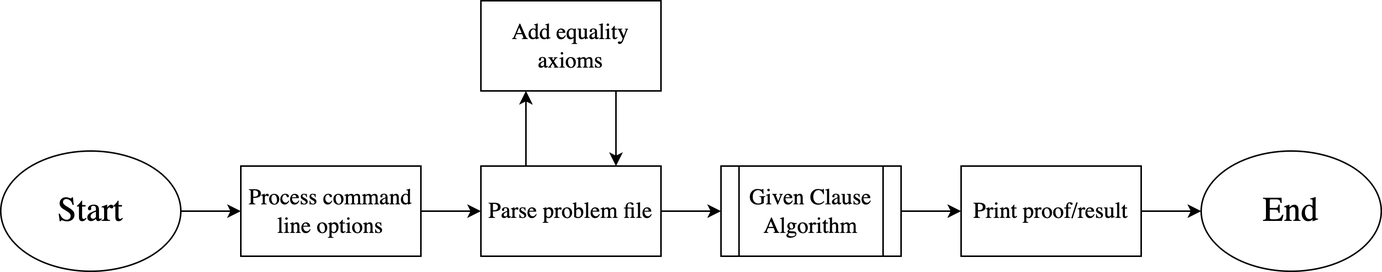
Above: papers/coursework/assets/pyres_pipeline.drawio.png in GehriJan/coursework-pyres (draw.io), before the change. Source tidied: cells renumbered, new cells last; positions are measured from the earlier drawing's top-left corner, leaving out a move shared by most shapes.
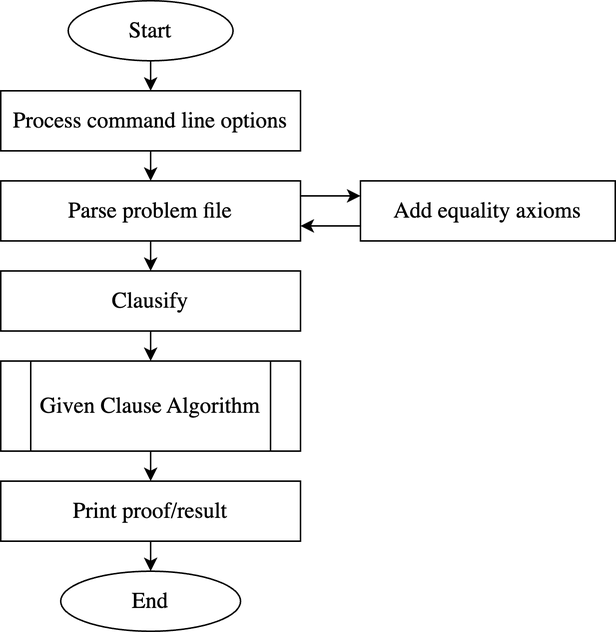
After the change.

Diff of the diagram source:
```diff
@@ -2,47 +2,53 @@
   <root>
     <mxCell id="0" />
     <mxCell id="1" parent="0" />
-    <mxCell id="2" style="edgeStyle=none;html=1;exitX=0.25;exitY=0;exitDx=0;exitDy=0;entryX=0.25;entryY=1;entryDx=0;entryDy=0;fontSize=15;" parent="1" edge="1" source="4" target="8">
+    <mxCell id="2" style="edgeStyle=none;html=1;exitX=1;exitY=0.25;exitDx=0;exitDy=0;entryX=0;entryY=0.25;entryDx=0;entryDy=0;" parent="1" edge="1" source="4" target="8">
       <mxGeometry relative="1" as="geometry" />
     </mxCell>
-    <mxCell id="3" style="edgeStyle=none;html=1;exitX=1;exitY=0.5;exitDx=0;exitDy=0;entryX=0;entryY=0.5;entryDx=0;entryDy=0;fontSize=15;" parent="1" edge="1" source="4" target="10">
-      <mxGeometry relative="1" as="geometry" />
-    </mxCell>
+    <mxCell id="16" style="edgeStyle=none;html=1;exitX=0.5;exitY=1;exitDx=0;exitDy=0;entryX=0.5;entryY=0;entryDx=0;entryDy=0;" parent="1" edge="1" source="4" target="18">
+      <mxGeometry relative="1" as="geometry" />
+    </mxCell>
     <mxCell id="4" value="&lt;font face=&quot;New Computer Modern&quot;&gt;Parse problem file&lt;/font&gt;" style="rounded=0;whiteSpace=wrap;html=1;fontSize=15;" parent="1" vertex="1">
-      <mxGeometry x="320" y="110" width="120" height="60" as="geometry" />
+      <mxGeometry x="120" y="60" width="200" height="40" as="geometry" />
     </mxCell>
-    <mxCell id="5" style="edgeStyle=none;html=1;exitX=1;exitY=0.5;exitDx=0;exitDy=0;entryX=0;entryY=0.5;entryDx=0;entryDy=0;" parent="1" edge="1" source="6" target="15">
+    <mxCell id="5" style="edgeStyle=none;html=1;exitX=0.5;exitY=1;exitDx=0;exitDy=0;entryX=0.5;entryY=0;entryDx=0;entryDy=0;" parent="1" edge="1" source="6" target="15">
       <mxGeometry relative="1" as="geometry" />
     </mxCell>
-    <mxCell id="6" value="&lt;font face=&quot;New Computer Modern&quot;&gt;Start&lt;/font&gt;" style="ellipse;whiteSpace=wrap;html=1;fontSize=23;" parent="1" vertex="1">
-      <mxGeometry y="100" width="120" height="80" as="geometry" />
+    <mxCell id="6" value="&lt;font face=&quot;New Computer Modern&quot;&gt;Start&lt;/font&gt;" style="ellipse;whiteSpace=wrap;html=1;fontSize=15;" parent="1" vertex="1">
+      <mxGeometry x="165" y="-60" width="110" height="40" as="geometry" />
     </mxCell>
-    <mxCell id="7" style="edgeStyle=none;html=1;exitX=0.75;exitY=1;exitDx=0;exitDy=0;entryX=0.75;entryY=0;entryDx=0;entryDy=0;fontSize=15;" parent="1" edge="1" source="8" target="4">
+    <mxCell id="7" style="edgeStyle=none;html=1;exitX=0;exitY=0.75;exitDx=0;exitDy=0;entryX=1;entryY=0.75;entryDx=0;entryDy=0;" parent="1" edge="1" source="8" target="4">
       <mxGeometry relative="1" as="geometry" />
     </mxCell>
     <mxCell id="8" value="&lt;font face=&quot;New Computer Modern&quot;&gt;Add equality axioms&lt;/font&gt;" style="rounded=0;whiteSpace=wrap;html=1;fontSize=15;" parent="1" vertex="1">
-      <mxGeometry x="320" width="120" height="60" as="geometry" />
+      <mxGeometry x="360" y="60" width="170" height="40" as="geometry" />
     </mxCell>
-    <mxCell id="9" style="edgeStyle=none;html=1;exitX=1;exitY=0.5;exitDx=0;exitDy=0;entryX=0;entryY=0.5;entryDx=0;entryDy=0;fontSize=15;" parent="1" edge="1" source="10" target="12">
+    <mxCell id="9" style="edgeStyle=none;html=1;exitX=0.5;exitY=1;exitDx=0;exitDy=0;entryX=0.5;entryY=0;entryDx=0;entryDy=0;" parent="1" edge="1" source="10" target="12">
       <mxGeometry relative="1" as="geometry" />
     </mxCell>
     <mxCell id="10" value="&lt;font face=&quot;New Computer Modern&quot;&gt;Given Clause Algorithm&lt;/font&gt;" style="shape=process;whiteSpace=wrap;html=1;backgroundOutline=1;fontSize=15;" parent="1" vertex="1">
-      <mxGeometry x="480" y="110" width="120" height="60" as="geometry" />
+      <mxGeometry x="120" y="180" width="200" height="60" as="geometry" />
     </mxCell>
-    <mxCell id="11" style="edgeStyle=none;html=1;exitX=1;exitY=0.5;exitDx=0;exitDy=0;entryX=0;entryY=0.5;entryDx=0;entryDy=0;fontSize=15;" parent="1" edge="1" source="12" target="13">
+    <mxCell id="11" style="edgeStyle=none;html=1;exitX=0.5;exitY=1;exitDx=0;exitDy=0;entryX=0.5;entryY=0;entryDx=0;entryDy=0;" parent="1" edge="1" source="12" target="13">
       <mxGeometry relative="1" as="geometry" />
     </mxCell>
     <mxCell id="12" value="&lt;font face=&quot;New Computer Modern&quot;&gt;Print proof/result&lt;/font&gt;" style="rounded=0;whiteSpace=wrap;html=1;fontSize=15;" parent="1" vertex="1">
-      <mxGeometry x="640" y="110" width="120" height="60" as="geometry" />
+      <mxGeometry x="120" y="260" width="200" height="40" as="geometry" />
     </mxCell>
-    <mxCell id="13" value="&lt;font face=&quot;New Computer Modern&quot;&gt;End&lt;/font&gt;" style="ellipse;whiteSpace=wrap;html=1;fontSize=23;" parent="1" vertex="1">
-      <mxGeometry x="800" y="100" width="120" height="80" as="geometry" />
+    <mxCell id="13" value="&lt;font face=&quot;New Computer Modern&quot;&gt;End&lt;/font&gt;" style="ellipse;whiteSpace=wrap;html=1;fontSize=15;" parent="1" vertex="1">
+      <mxGeometry x="160" y="320" width="120" height="40" as="geometry" />
     </mxCell>
-    <mxCell id="14" style="edgeStyle=none;html=1;exitX=1;exitY=0.5;exitDx=0;exitDy=0;entryX=0;entryY=0.5;entryDx=0;entryDy=0;" parent="1" edge="1" source="15" target="4">
+    <mxCell id="14" style="edgeStyle=none;html=1;exitX=0.5;exitY=1;exitDx=0;exitDy=0;entryX=0.5;entryY=0;entryDx=0;entryDy=0;" parent="1" edge="1" source="15" target="4">
       <mxGeometry relative="1" as="geometry" />
     </mxCell>
     <mxCell id="15" value="&lt;font face=&quot;New Computer Modern&quot;&gt;Process command line options&lt;/font&gt;" style="rounded=0;whiteSpace=wrap;html=1;fontSize=15;" parent="1" vertex="1">
-      <mxGeometry x="160" y="110" width="120" height="60" as="geometry" />
+      <mxGeometry x="120" width="200" height="40" as="geometry" />
     </mxCell>
+    <mxCell id="17" style="edgeStyle=none;html=1;exitX=0.5;exitY=1;exitDx=0;exitDy=0;entryX=0.5;entryY=0;entryDx=0;entryDy=0;" parent="1" edge="1" source="18" target="10">
+      <mxGeometry relative="1" as="geometry" />
+    </mxCell>
+    <mxCell id="18" value="&lt;font face=&quot;New Computer Modern&quot;&gt;Clausify&lt;/font&gt;" style="rounded=0;whiteSpace=wrap;html=1;fontSize=15;" parent="1" vertex="1">
+      <mxGeometry x="120" y="120" width="200" height="40" as="geometry" />
+    </mxCell>
   </root>
 </mxGraphModel>
```
